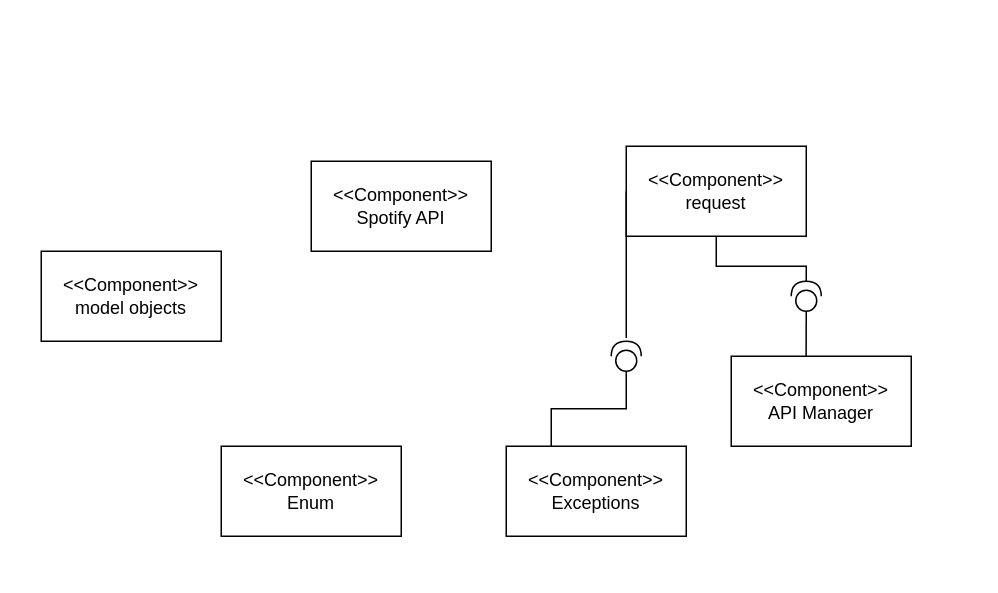
AlvaroBarragan/spotify-web-api-java keeps this draw.io diagram as functionalview.drawio. Above is the earlier version. Source tidied: cells renumbered, new cells numbered last; positions are measured from the earlier drawing's top-left corner, leaving out a move shared by most shapes. Both pictures are drawn from the tidied source at 150%, with x=0, y=0 at pixel (40, 146).
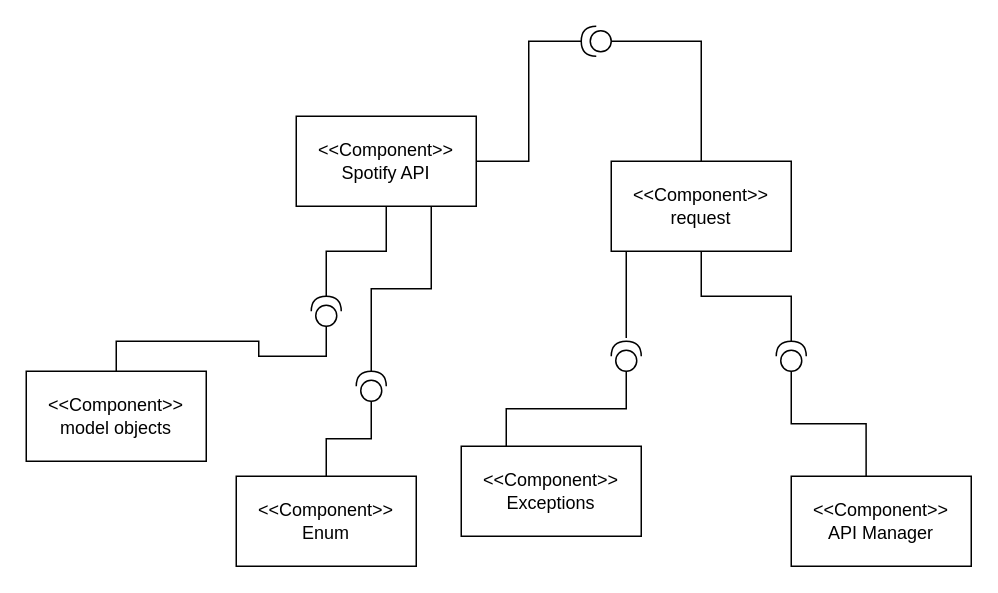
The same page after the edit.

Diff of the diagram source:
```diff
@@
+    <mxCell id="14" style="edgeStyle=orthogonalEdgeStyle;rounded=0;jettySize=auto;html=1;exitX=1;exitY=0.5;exitDx=0;exitDy=0;entryX=1;entryY=0.5;entryDx=0;entryDy=0;entryPerimeter=0;endArrow=none;endFill=0;" parent="1" edge="1" source="2" target="22">
+      <mxGeometry relative="1" as="geometry" />
+    </mxCell>
     <mxCell id="2" value="&amp;lt;&amp;lt;Component&amp;gt;&amp;gt;&lt;br&gt;Spotify API" style="rounded=0;whiteSpace=wrap;html=1;" parent="1" vertex="1">
-      <mxGeometry x="180" y="10" width="120" height="60" as="geometry" />
+      <mxGeometry x="170" y="-20" width="120" height="60" as="geometry" />
     </mxCell>
@@
     <mxCell id="6" value="&amp;lt;&amp;lt;Component&amp;gt;&amp;gt;&lt;br&gt;Enum" style="rounded=0;whiteSpace=wrap;html=1;" parent="1" vertex="1">
-      <mxGeometry x="120" y="200" width="120" height="60" as="geometry" />
+      <mxGeometry x="130" y="220" width="120" height="60" as="geometry" />
     </mxCell>
     <mxCell id="7" value="&amp;lt;&amp;lt;Component&amp;gt;&amp;gt;&lt;br&gt;Exceptions" style="rounded=0;whiteSpace=wrap;html=1;" parent="1" vertex="1">
-      <mxGeometry x="310" y="200" width="120" height="60" as="geometry" />
+      <mxGeometry x="280" y="200" width="120" height="60" as="geometry" />
     </mxCell>
     <mxCell id="8" value="&amp;lt;&amp;lt;Component&amp;gt;&amp;gt;&lt;br&gt;API Manager" style="rounded=0;whiteSpace=wrap;html=1;" parent="1" vertex="1">
-      <mxGeometry x="460" y="140" width="120" height="60" as="geometry" />
+      <mxGeometry x="500" y="220" width="120" height="60" as="geometry" />
     </mxCell>
     <mxCell id="9" value="&amp;lt;&amp;lt;Component&amp;gt;&amp;gt;&lt;br&gt;model objects" style="rounded=0;whiteSpace=wrap;html=1;" parent="1" vertex="1">
-      <mxGeometry y="70" width="120" height="60" as="geometry" />
+      <mxGeometry x="-10" y="150" width="120" height="60" as="geometry" />
     </mxCell>
     <mxCell id="10" value="&amp;lt;&amp;lt;Component&amp;gt;&amp;gt;&lt;br&gt;request" style="rounded=0;whiteSpace=wrap;html=1;" parent="1" vertex="1">
-      <mxGeometry x="390" width="120" height="60" as="geometry" />
+      <mxGeometry x="380" y="10" width="120" height="60" as="geometry" />
     </mxCell>
     <mxCell id="11" style="shape=providedRequiredInterface;html=1;verticalLabelPosition=bottom;sketch=0;rotation=-90;" parent="1" vertex="1">
-      <mxGeometry x="500" y="90" width="20" height="20" as="geometry" />
+      <mxGeometry x="490" y="130" width="20" height="20" as="geometry" />
     </mxCell>
@@
+    <mxCell id="15" style="edgeStyle=orthogonalEdgeStyle;rounded=0;jettySize=auto;html=1;exitX=1;exitY=0.5;exitDx=0;exitDy=0;exitPerimeter=0;entryX=0.5;entryY=1;entryDx=0;entryDy=0;endArrow=none;endFill=0;" parent="1" edge="1" source="16" target="2">
+      <mxGeometry relative="1" as="geometry" />
+    </mxCell>
+    <mxCell id="16" style="shape=providedRequiredInterface;html=1;verticalLabelPosition=bottom;sketch=0;rotation=-90;" parent="1" vertex="1">
+      <mxGeometry x="180" y="100" width="20" height="20" as="geometry" />
+    </mxCell>
+    <mxCell id="17" style="edgeStyle=orthogonalEdgeStyle;rounded=0;jettySize=auto;html=1;exitX=1;exitY=0.5;exitDx=0;exitDy=0;exitPerimeter=0;entryX=0.75;entryY=1;entryDx=0;entryDy=0;endArrow=none;endFill=0;" parent="1" edge="1" source="18" target="2">
+      <mxGeometry relative="1" as="geometry" />
+    </mxCell>
+    <mxCell id="18" style="shape=providedRequiredInterface;html=1;verticalLabelPosition=bottom;sketch=0;rotation=-90;" parent="1" vertex="1">
+      <mxGeometry x="210" y="150" width="20" height="20" as="geometry" />
+    </mxCell>
+    <mxCell id="19" style="edgeStyle=orthogonalEdgeStyle;rounded=0;jettySize=auto;html=1;exitX=0.5;exitY=0;exitDx=0;exitDy=0;entryX=0;entryY=0.5;entryDx=0;entryDy=0;entryPerimeter=0;endArrow=none;endFill=0;" parent="1" edge="1" source="9" target="16">
+      <mxGeometry relative="1" as="geometry" />
+    </mxCell>
+    <mxCell id="20" style="edgeStyle=orthogonalEdgeStyle;rounded=0;jettySize=auto;html=1;exitX=0.5;exitY=0;exitDx=0;exitDy=0;entryX=0;entryY=0.5;entryDx=0;entryDy=0;entryPerimeter=0;endArrow=none;endFill=0;" parent="1" edge="1" source="6" target="18">
+      <mxGeometry relative="1" as="geometry" />
+    </mxCell>
+    <mxCell id="21" style="edgeStyle=orthogonalEdgeStyle;rounded=0;jettySize=auto;html=1;exitX=0;exitY=0.5;exitDx=0;exitDy=0;exitPerimeter=0;endArrow=none;endFill=0;" parent="1" edge="1" source="22" target="10">
+      <mxGeometry relative="1" as="geometry" />
+    </mxCell>
+    <mxCell id="22" style="shape=providedRequiredInterface;html=1;verticalLabelPosition=bottom;sketch=0;rotation=-180;" parent="1" vertex="1">
+      <mxGeometry x="360" y="-80" width="20" height="20" as="geometry" />
+    </mxCell>
```
